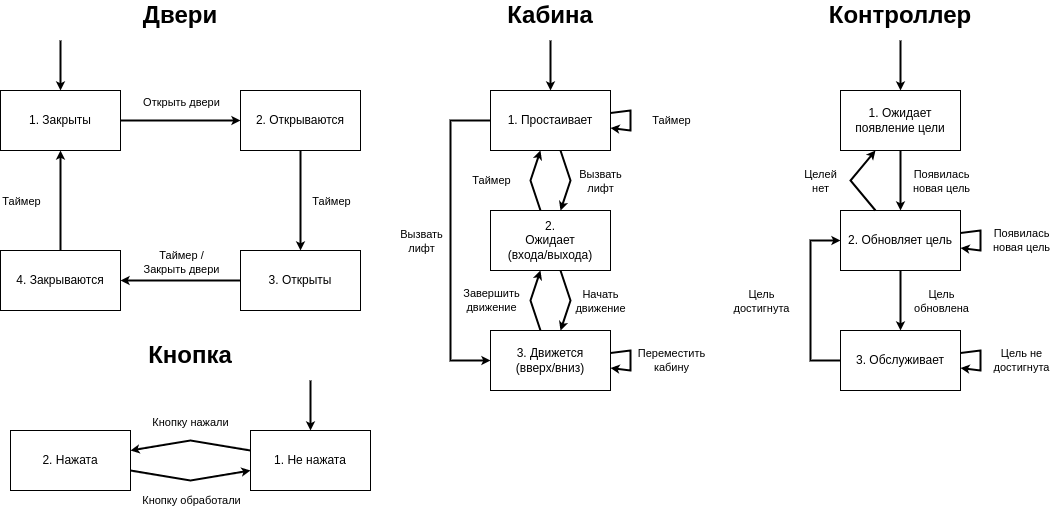
Earlier version of the draw.io export lab4/doc/lab4.png (runebone/oop-s4-bmstu). Source tidied: cells renumbered, new cells last; positions are measured from the earlier drawing's top-left corner, leaving out a move shared by most shapes.
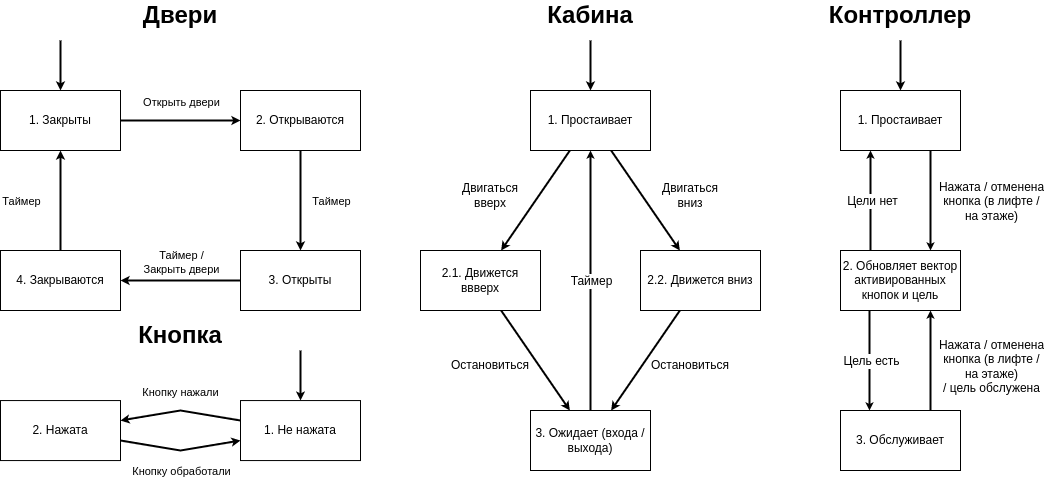
Above is the later version.

Diff of the diagram source:
```diff
@@ -14,20 +14,11 @@
     <mxCell id="5" value="2. Открываются" style="rounded=0;whiteSpace=wrap;html=1;" parent="1" vertex="1">
       <mxGeometry x="240" y="90" width="120" height="60" as="geometry" />
     </mxCell>
-    <mxCell id="6" value="1. Простаивает" style="rounded=0;whiteSpace=wrap;html=1;" parent="1" vertex="1">
-      <mxGeometry x="490" y="90" width="120" height="60" as="geometry" />
-    </mxCell>
-    <mxCell id="7" value="3. Движется&lt;br&gt;(вверх/вниз)" style="rounded=0;whiteSpace=wrap;html=1;" parent="1" vertex="1">
-      <mxGeometry x="490" y="330" width="120" height="60" as="geometry" />
-    </mxCell>
-    <mxCell id="8" value="&lt;div&gt;2. &lt;/div&gt;&lt;div&gt;Ожидает&lt;/div&gt;&lt;div&gt;(входа/выхода)&lt;br&gt;&lt;/div&gt;" style="rounded=0;whiteSpace=wrap;html=1;" parent="1" vertex="1">
-      <mxGeometry x="490" y="210" width="120" height="60" as="geometry" />
-    </mxCell>
     <mxCell id="9" value="&lt;b&gt;&lt;font style=&quot;font-size: 24px;&quot;&gt;Двери&lt;/font&gt;&lt;/b&gt;" style="text;html=1;strokeColor=none;fillColor=none;align=center;verticalAlign=middle;whiteSpace=wrap;rounded=0;" parent="1" vertex="1">
       <mxGeometry x="150" width="60" height="30" as="geometry" />
     </mxCell>
     <mxCell id="10" value="&lt;b&gt;&lt;font style=&quot;font-size: 24px;&quot;&gt;Кабина&lt;/font&gt;&lt;/b&gt;" style="text;html=1;strokeColor=none;fillColor=none;align=center;verticalAlign=middle;whiteSpace=wrap;rounded=0;" parent="1" vertex="1">
-      <mxGeometry x="520" width="60" height="30" as="geometry" />
+      <mxGeometry x="560" width="60" height="30" as="geometry" />
     </mxCell>
     <mxCell id="11" value="&lt;b&gt;&lt;font style=&quot;font-size: 24px;&quot;&gt;Контроллер&lt;/font&gt;&lt;/b&gt;" style="text;html=1;strokeColor=none;fillColor=none;align=center;verticalAlign=middle;whiteSpace=wrap;rounded=0;" parent="1" vertex="1">
       <mxGeometry x="870" width="60" height="30" as="geometry" />
@@ -69,102 +60,24 @@
         <mxPoint x="60" y="40" as="sourcePoint" />
       </mxGeometry>
     </mxCell>
-    <mxCell id="21" style="endArrow=classic;html=1;rounded=0;strokeWidth=2;endSize=3;jumpSize=6;startSize=6;entryX=0.5;entryY=0;entryDx=0;entryDy=0;" parent="1" edge="1" target="6">
+    <mxCell id="21" style="endArrow=classic;html=1;rounded=0;strokeWidth=2;endSize=3;jumpSize=6;startSize=6;" parent="1" edge="1" target="60">
       <mxGeometry relative="1" as="geometry">
-        <mxPoint x="550" y="40" as="sourcePoint" />
+        <mxPoint x="590" y="40" as="sourcePoint" />
       </mxGeometry>
     </mxCell>
-    <mxCell id="22" style="endArrow=classic;html=1;rounded=0;strokeWidth=2;endSize=3;jumpSize=6;startSize=6;" parent="1" edge="1" source="6" target="8">
-      <mxGeometry relative="1" as="geometry">
-        <Array as="points">
-          <mxPoint x="570" y="180" />
-        </Array>
-      </mxGeometry>
-    </mxCell>
-    <mxCell id="23" value="&lt;div&gt;Вызвать&lt;/div&gt;&lt;div&gt;лифт&lt;br&gt;&lt;/div&gt;" style="edgeLabel;html=1;align=center;verticalAlign=middle;" parent="22" vertex="1">
-      <mxGeometry relative="1" as="geometry">
-        <mxPoint x="30" as="offset" />
-      </mxGeometry>
-    </mxCell>
-    <mxCell id="24" style="endArrow=classic;html=1;rounded=0;strokeWidth=2;endSize=3;jumpSize=6;startSize=6;" parent="1" edge="1" source="8" target="6">
-      <mxGeometry relative="1" as="geometry">
-        <Array as="points">
-          <mxPoint x="530" y="180" />
-        </Array>
-      </mxGeometry>
-    </mxCell>
-    <mxCell id="25" value="Таймер" style="edgeLabel;html=1;align=center;verticalAlign=middle;" parent="24" vertex="1">
-      <mxGeometry relative="1" as="geometry">
-        <mxPoint x="-40" as="offset" />
-      </mxGeometry>
-    </mxCell>
-    <mxCell id="26" style="endArrow=classic;html=1;rounded=0;strokeWidth=2;endSize=3;jumpSize=6;startSize=6;" parent="1" edge="1" source="7" target="8">
-      <mxGeometry relative="1" as="geometry">
-        <Array as="points">
-          <mxPoint x="530" y="300" />
-        </Array>
-      </mxGeometry>
-    </mxCell>
-    <mxCell id="27" value="&lt;div&gt;Завершить&lt;/div&gt;&lt;div&gt;движение&lt;br&gt;&lt;/div&gt;" style="edgeLabel;html=1;align=center;verticalAlign=middle;" parent="26" vertex="1">
-      <mxGeometry relative="1" as="geometry">
-        <mxPoint x="-40" as="offset" />
-      </mxGeometry>
-    </mxCell>
-    <mxCell id="28" style="endArrow=classic;html=1;rounded=0;strokeWidth=2;endSize=3;jumpSize=6;startSize=6;" parent="1" edge="1" source="8" target="7">
-      <mxGeometry relative="1" as="geometry">
-        <Array as="points">
-          <mxPoint x="570" y="300" />
-        </Array>
-      </mxGeometry>
-    </mxCell>
-    <mxCell id="29" value="&lt;div&gt;Начать&lt;/div&gt;&lt;div&gt;движение&lt;br&gt;&lt;/div&gt;" style="edgeLabel;html=1;align=center;verticalAlign=middle;" parent="28" vertex="1">
-      <mxGeometry relative="1" as="geometry">
-        <mxPoint x="30" as="offset" />
-      </mxGeometry>
-    </mxCell>
-    <mxCell id="30" style="endArrow=classic;html=1;rounded=0;strokeWidth=2;endSize=3;jumpSize=6;startSize=6;" parent="1" edge="1" source="6" target="6">
-      <mxGeometry relative="1" as="geometry" />
-    </mxCell>
-    <mxCell id="31" value="Таймер" style="edgeLabel;html=1;align=center;verticalAlign=middle;" parent="30" vertex="1">
-      <mxGeometry relative="1" as="geometry">
-        <mxPoint x="40" as="offset" />
-      </mxGeometry>
-    </mxCell>
-    <mxCell id="32" style="endArrow=classic;html=1;rounded=0;strokeWidth=2;endSize=3;jumpSize=6;startSize=6;" parent="1" edge="1" source="7" target="7">
-      <mxGeometry relative="1" as="geometry" />
-    </mxCell>
-    <mxCell id="33" value="&lt;div&gt;Переместить&lt;/div&gt;&lt;div&gt;кабину&lt;br&gt;&lt;/div&gt;" style="edgeLabel;html=1;align=center;verticalAlign=middle;" parent="32" vertex="1">
-      <mxGeometry relative="1" as="geometry">
-        <mxPoint x="40" as="offset" />
-      </mxGeometry>
-    </mxCell>
-    <mxCell id="34" style="endArrow=classic;html=1;rounded=0;strokeWidth=2;endSize=3;jumpSize=6;startSize=6;" parent="1" edge="1" source="6" target="7">
-      <mxGeometry relative="1" as="geometry">
-        <Array as="points">
-          <mxPoint x="450" y="120" />
-          <mxPoint x="450" y="240" />
-          <mxPoint x="450" y="360" />
-        </Array>
-      </mxGeometry>
-    </mxCell>
-    <mxCell id="35" value="&lt;div&gt;Вызвать&lt;/div&gt;&lt;div&gt;лифт&lt;br&gt;&lt;/div&gt;" style="edgeLabel;html=1;align=center;verticalAlign=middle;" parent="34" vertex="1">
-      <mxGeometry relative="1" as="geometry">
-        <mxPoint x="-30" as="offset" />
-      </mxGeometry>
-    </mxCell>
     <mxCell id="36" value="2. Нажата" style="rounded=0;whiteSpace=wrap;html=1;" parent="1" vertex="1">
-      <mxGeometry x="10" y="430" width="120" height="60" as="geometry" />
+      <mxGeometry y="400.1" width="120" height="60" as="geometry" />
     </mxCell>
     <mxCell id="37" value="1. Не нажата" style="rounded=0;whiteSpace=wrap;html=1;" parent="1" vertex="1">
-      <mxGeometry x="250" y="430" width="120" height="60" as="geometry" />
+      <mxGeometry x="240" y="400.1" width="120" height="60" as="geometry" />
     </mxCell>
     <mxCell id="38" value="&lt;b&gt;&lt;font style=&quot;font-size: 24px;&quot;&gt;Кнопка&lt;/font&gt;&lt;/b&gt;" style="text;html=1;strokeColor=none;fillColor=none;align=center;verticalAlign=middle;whiteSpace=wrap;rounded=0;" parent="1" vertex="1">
-      <mxGeometry x="160" y="340" width="60" height="30" as="geometry" />
+      <mxGeometry x="150" y="320.1" width="60" height="30" as="geometry" />
     </mxCell>
     <mxCell id="39" style="endArrow=classic;html=1;rounded=0;strokeWidth=2;endSize=3;jumpSize=6;startSize=6;" parent="1" edge="1" source="37" target="36">
       <mxGeometry relative="1" as="geometry">
         <Array as="points">
-          <mxPoint x="190" y="440" />
+          <mxPoint x="180" y="410.1" />
         </Array>
       </mxGeometry>
     </mxCell>
@@ -176,7 +89,7 @@
     <mxCell id="41" style="endArrow=classic;html=1;rounded=0;strokeWidth=2;endSize=3;jumpSize=6;startSize=6;" parent="1" edge="1" source="36" target="37">
       <mxGeometry relative="1" as="geometry">
         <Array as="points">
-          <mxPoint x="190" y="480" />
+          <mxPoint x="180" y="450.1" />
         </Array>
       </mxGeometry>
     </mxCell>
@@ -187,79 +100,108 @@
     </mxCell>
     <mxCell id="43" style="endArrow=classic;html=1;rounded=0;strokeWidth=2;endSize=3;jumpSize=6;startSize=6;" parent="1" edge="1" target="37">
       <mxGeometry relative="1" as="geometry">
-        <mxPoint x="310" y="380" as="sourcePoint" />
+        <mxPoint x="300" y="350.1" as="sourcePoint" />
       </mxGeometry>
     </mxCell>
-    <mxCell id="44" value="&lt;div&gt;1. Ожидает&lt;/div&gt;&lt;div&gt;появление цели&lt;br&gt;&lt;/div&gt;" style="rounded=0;whiteSpace=wrap;html=1;" parent="1" vertex="1">
-      <mxGeometry x="840" y="90" width="120" height="60" as="geometry" />
-    </mxCell>
-    <mxCell id="45" value="2. Обновляет цель" style="rounded=0;whiteSpace=wrap;html=1;" parent="1" vertex="1">
-      <mxGeometry x="840" y="210" width="120" height="60" as="geometry" />
-    </mxCell>
+    <mxCell id="47" style="endArrow=classic;html=1;rounded=0;strokeWidth=2;endSize=3;jumpSize=6;startSize=6;" parent="1" edge="1" target="74">
+      <mxGeometry relative="1" as="geometry">
+        <mxPoint x="900" y="40" as="sourcePoint" />
+      </mxGeometry>
+    </mxCell>
+    <mxCell id="60" value="1. Простаивает" style="rounded=0;whiteSpace=wrap;html=1;" parent="1" vertex="1">
+      <mxGeometry x="530" y="90" width="120" height="60" as="geometry" />
+    </mxCell>
+    <mxCell id="61" value="3. Ожидает (входа /выхода)" style="rounded=0;whiteSpace=wrap;html=1;" parent="1" vertex="1">
+      <mxGeometry x="530" y="410" width="120" height="60" as="geometry" />
+    </mxCell>
+    <mxCell id="62" value="2.1. Движется ввверх" style="rounded=0;whiteSpace=wrap;html=1;" parent="1" vertex="1">
+      <mxGeometry x="420" y="250" width="120" height="60" as="geometry" />
+    </mxCell>
+    <mxCell id="63" value="2.2. Движется вниз" style="rounded=0;whiteSpace=wrap;html=1;" parent="1" vertex="1">
+      <mxGeometry x="640" y="250" width="120" height="60" as="geometry" />
+    </mxCell>
+    <mxCell id="64" style="endArrow=classic;html=1;rounded=0;strokeWidth=2;endSize=3;jumpSize=6;startSize=6;" parent="1" edge="1" source="60" target="62">
+      <mxGeometry relative="1" as="geometry" />
+    </mxCell>
+    <mxCell id="65" style="endArrow=classic;html=1;rounded=0;strokeWidth=2;endSize=3;jumpSize=6;startSize=6;" parent="1" edge="1" source="60" target="63">
+      <mxGeometry relative="1" as="geometry" />
+    </mxCell>
+    <mxCell id="66" style="endArrow=classic;html=1;rounded=0;strokeWidth=2;endSize=3;jumpSize=6;startSize=6;" parent="1" edge="1" source="62" target="61">
+      <mxGeometry relative="1" as="geometry" />
+    </mxCell>
+    <mxCell id="67" style="endArrow=classic;html=1;rounded=0;strokeWidth=2;endSize=3;jumpSize=6;startSize=6;" parent="1" edge="1" source="63" target="61">
+      <mxGeometry relative="1" as="geometry" />
+    </mxCell>
+    <mxCell id="68" value="Двигаться вверх" style="text;html=1;strokeColor=none;fillColor=none;align=center;verticalAlign=middle;whiteSpace=wrap;rounded=0;" parent="1" vertex="1">
+      <mxGeometry x="460" y="180" width="60" height="30" as="geometry" />
+    </mxCell>
+    <mxCell id="69" value="Двигаться вниз" style="text;html=1;strokeColor=none;fillColor=none;align=center;verticalAlign=middle;whiteSpace=wrap;rounded=0;" parent="1" vertex="1">
+      <mxGeometry x="660" y="180" width="60" height="30" as="geometry" />
+    </mxCell>
+    <mxCell id="70" value="Остановиться" style="text;html=1;strokeColor=none;fillColor=none;align=center;verticalAlign=middle;whiteSpace=wrap;rounded=0;" parent="1" vertex="1">
+      <mxGeometry x="460" y="350" width="60" height="30" as="geometry" />
+    </mxCell>
+    <mxCell id="71" value="Остановиться" style="text;html=1;strokeColor=none;fillColor=none;align=center;verticalAlign=middle;whiteSpace=wrap;rounded=0;" parent="1" vertex="1">
+      <mxGeometry x="660" y="350" width="60" height="30" as="geometry" />
+    </mxCell>
+    <mxCell id="72" style="endArrow=classic;html=1;rounded=0;strokeWidth=2;endSize=2;" parent="1" edge="1" source="61" target="60">
+      <mxGeometry relative="1" as="geometry" />
+    </mxCell>
+    <mxCell id="73" value="Таймер" style="edgeLabel;html=1;align=center;verticalAlign=middle;fontSize=12;" parent="72" vertex="1">
+      <mxGeometry relative="1" as="geometry" />
+    </mxCell>
+    <mxCell id="74" value="1. Простаивает" style="rounded=0;whiteSpace=wrap;html=1;" parent="1" vertex="1">
+      <mxGeometry x="840" y="90" width="120" height="60" as="geometry" />
+    </mxCell>
+    <mxCell id="75" value="2. Обновляет вектор активированных кнопок и цель" style="rounded=0;whiteSpace=wrap;html=1;" parent="1" vertex="1">
+      <mxGeometry x="840" y="250" width="120" height="60" as="geometry" />
+    </mxCell>
-    <mxCell id="46" value="&lt;div&gt;3. Обслуживает&lt;/div&gt;" style="rounded=0;whiteSpace=wrap;html=1;" parent="1" vertex="1">
-      <mxGeometry x="840" y="330" width="120" height="60" as="geometry" />
+    <mxCell id="46" value="3. Обслуживает" style="rounded=0;whiteSpace=wrap;html=1;" parent="1" vertex="1">
+      <mxGeometry x="840" y="410" width="120" height="60" as="geometry" />
     </mxCell>
-    <mxCell id="47" style="endArrow=classic;html=1;rounded=0;strokeWidth=2;endSize=3;jumpSize=6;startSize=6;" parent="1" edge="1" target="44">
-      <mxGeometry relative="1" as="geometry">
-        <mxPoint x="900" y="40" as="sourcePoint" />
-      </mxGeometry>
-    </mxCell>
-    <mxCell id="48" style="endArrow=classic;html=1;rounded=0;strokeWidth=2;endSize=3;jumpSize=6;startSize=6;" parent="1" edge="1" source="44" target="45">
-      <mxGeometry relative="1" as="geometry" />
-    </mxCell>
-    <mxCell id="49" value="&lt;div&gt;Появилась&lt;/div&gt;&lt;div&gt;новая цель&lt;br&gt;&lt;/div&gt;" style="edgeLabel;html=1;align=center;verticalAlign=middle;" parent="48" vertex="1">
-      <mxGeometry relative="1" as="geometry">
-        <mxPoint x="40" as="offset" />
-      </mxGeometry>
-    </mxCell>
-    <mxCell id="50" style="endArrow=classic;html=1;rounded=0;strokeWidth=2;endSize=3;jumpSize=6;startSize=6;" parent="1" edge="1" source="45" target="45">
-      <mxGeometry relative="1" as="geometry" />
-    </mxCell>
-    <mxCell id="51" value="&lt;div&gt;Появилась&lt;/div&gt;&lt;div&gt;новая цель&lt;br&gt;&lt;/div&gt;" style="edgeLabel;html=1;align=center;verticalAlign=middle;" parent="50" vertex="1">
-      <mxGeometry relative="1" as="geometry">
-        <mxPoint x="40" as="offset" />
-      </mxGeometry>
-    </mxCell>
-    <mxCell id="52" style="endArrow=classic;html=1;rounded=0;strokeWidth=2;endSize=3;jumpSize=6;startSize=6;" parent="1" edge="1" source="45" target="46">
-      <mxGeometry relative="1" as="geometry" />
-    </mxCell>
-    <mxCell id="53" value="&lt;div&gt;Цель&lt;/div&gt;&lt;div&gt;обновлена&lt;br&gt;&lt;/div&gt;" style="edgeLabel;html=1;align=center;verticalAlign=middle;" parent="52" vertex="1">
-      <mxGeometry relative="1" as="geometry">
-        <mxPoint x="40" as="offset" />
-      </mxGeometry>
-    </mxCell>
-    <mxCell id="54" style="endArrow=classic;html=1;rounded=0;strokeWidth=2;endSize=3;jumpSize=6;startSize=6;" parent="1" edge="1" source="46" target="46">
-      <mxGeometry relative="1" as="geometry" />
-    </mxCell>
-    <mxCell id="55" value="&lt;div&gt;Цель не&lt;/div&gt;&lt;div&gt;достигнута&lt;br&gt;&lt;/div&gt;" style="edgeLabel;html=1;align=center;verticalAlign=middle;" parent="54" vertex="1">
-      <mxGeometry relative="1" as="geometry">
-        <mxPoint x="40" as="offset" />
-      </mxGeometry>
-    </mxCell>
-    <mxCell id="56" style="endArrow=classic;html=1;rounded=0;strokeWidth=2;endSize=3;jumpSize=6;startSize=6;" parent="1" edge="1" source="46" target="45">
-      <mxGeometry relative="1" as="geometry">
-        <Array as="points">
-          <mxPoint x="810" y="360" />
-          <mxPoint x="810" y="240" />
-        </Array>
-      </mxGeometry>
-    </mxCell>
-    <mxCell id="57" value="&lt;div&gt;Цель&lt;/div&gt;&lt;div&gt;достигнута&lt;br&gt;&lt;/div&gt;" style="edgeLabel;html=1;align=center;verticalAlign=middle;" parent="56" vertex="1">
-      <mxGeometry relative="1" as="geometry">
-        <mxPoint x="-50" as="offset" />
-      </mxGeometry>
-    </mxCell>
-    <mxCell id="58" style="endArrow=classic;html=1;rounded=0;strokeWidth=2;endSize=3;jumpSize=6;startSize=6;" parent="1" edge="1" source="45" target="44">
-      <mxGeometry relative="1" as="geometry">
-        <Array as="points">
-          <mxPoint x="850" y="180" />
-        </Array>
-      </mxGeometry>
-    </mxCell>
-    <mxCell id="59" value="&lt;div&gt;Целей&lt;/div&gt;&lt;div&gt;нет&lt;br&gt;&lt;/div&gt;" style="edgeLabel;html=1;align=center;verticalAlign=middle;" parent="58" vertex="1">
-      <mxGeometry relative="1" as="geometry">
-        <mxPoint x="-30" as="offset" />
-      </mxGeometry>
-    </mxCell>
+    <mxCell id="76" style="endArrow=classic;html=1;rounded=0;strokeWidth=2;endSize=2;" parent="1" edge="1">
+      <mxGeometry relative="1" as="geometry">
+        <mxPoint x="930" y="150" as="sourcePoint" />
+        <mxPoint x="930" y="250" as="targetPoint" />
+      </mxGeometry>
+    </mxCell>
+    <mxCell id="77" value="Нажата / отменена&lt;br&gt;кнопка (в лифте /&lt;br&gt;на этаже)" style="edgeLabel;html=1;align=center;verticalAlign=middle;fontSize=12;" parent="76" vertex="1">
+      <mxGeometry relative="1" as="geometry">
+        <mxPoint x="60" as="offset" />
+      </mxGeometry>
+    </mxCell>
+    <mxCell id="78" style="endArrow=classic;html=1;rounded=0;strokeWidth=2;endSize=2;" parent="1" edge="1">
+      <mxGeometry relative="1" as="geometry">
+        <mxPoint x="869" y="310" as="sourcePoint" />
+        <mxPoint x="869" y="410" as="targetPoint" />
+      </mxGeometry>
+    </mxCell>
+    <mxCell id="79" value="Цель есть" style="edgeLabel;html=1;align=center;verticalAlign=middle;fontSize=12;" parent="78" vertex="1">
+      <mxGeometry relative="1" as="geometry">
+        <mxPoint x="1" as="offset" />
+      </mxGeometry>
+    </mxCell>
+    <mxCell id="80" style="endArrow=classic;html=1;rounded=0;strokeWidth=2;endSize=2;" parent="1" edge="1">
+      <mxGeometry relative="1" as="geometry">
+        <mxPoint x="930" y="410" as="sourcePoint" />
+        <mxPoint x="930" y="310" as="targetPoint" />
+      </mxGeometry>
+    </mxCell>
+    <mxCell id="81" value="Нажата / отменена&lt;br style=&quot;border-color: var(--border-color);&quot;&gt;кнопка (в лифте /&lt;br style=&quot;border-color: var(--border-color);&quot;&gt;на этаже)&lt;br&gt;/ цель обслужена" style="edgeLabel;html=1;align=center;verticalAlign=middle;fontSize=12;" parent="80" vertex="1">
+      <mxGeometry relative="1" as="geometry">
+        <mxPoint x="60" y="5" as="offset" />
+      </mxGeometry>
+    </mxCell>
+    <mxCell id="82" style="endArrow=classic;html=1;rounded=0;strokeWidth=2;endSize=2;" parent="1" edge="1">
+      <mxGeometry relative="1" as="geometry">
+        <mxPoint x="870" y="250" as="sourcePoint" />
+        <mxPoint x="870" y="150" as="targetPoint" />
+      </mxGeometry>
+    </mxCell>
+    <mxCell id="83" value="Цели нет" style="edgeLabel;html=1;align=center;verticalAlign=middle;fontSize=12;" parent="82" vertex="1">
+      <mxGeometry relative="1" as="geometry">
+        <mxPoint x="1" as="offset" />
+      </mxGeometry>
+    </mxCell>
   </root>
 </mxGraphModel>
```
